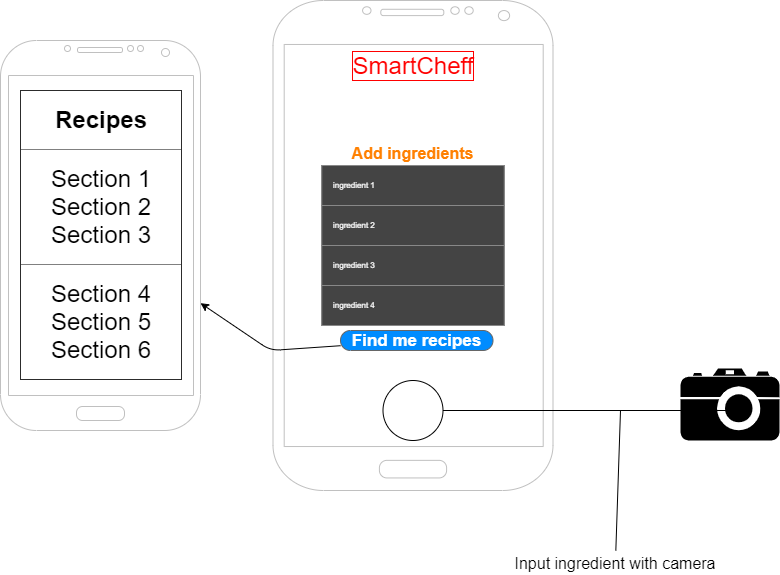
Before: docs/img/wireframe.png, a diagram exported from draw.io (shayan-golafshani/smart-cheff). Source tidied: cells renumbered, new cells last; positions are measured from the earlier drawing's top-left corner, leaving out a move shared by most shapes.
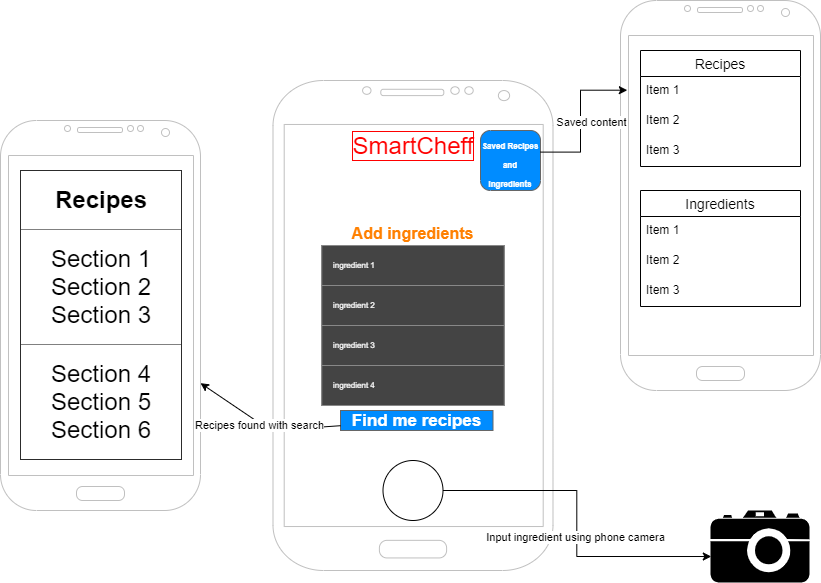
The same diagram one commit later.

Change to the diagram source:
```diff
@@ -11,11 +11,12 @@
     <mxCell id="4" value="&lt;font color=&quot;#ff8000&quot; size=&quot;1&quot;&gt;&lt;b style=&quot;font-size: 16px&quot;&gt;Add ingredients&lt;/b&gt;&lt;/font&gt;" style="text;html=1;strokeColor=none;fillColor=none;align=center;verticalAlign=middle;whiteSpace=wrap;rounded=0;labelBackgroundColor=none;fontSize=24;" parent="1" vertex="1">
       <mxGeometry x="325" y="140" width="175" height="20" as="geometry" />
     </mxCell>
-    <mxCell id="5" style="edgeStyle=orthogonalEdgeStyle;rounded=0;jettySize=auto;html=1;exitX=1;exitY=0.5;exitDx=0;exitDy=0;fontSize=24;" parent="1" edge="1" source="6">
-      <mxGeometry relative="1" as="geometry">
-        <mxPoint x="740" y="410" as="targetPoint" />
-      </mxGeometry>
+    <mxCell id="5" style="edgeStyle=orthogonalEdgeStyle;rounded=0;jettySize=auto;html=1;exitX=1;exitY=0.5;exitDx=0;exitDy=0;fontSize=24;entryX=0.008;entryY=0.639;entryDx=0;entryDy=0;entryPerimeter=0;" parent="1" edge="1" source="6" target="13">
+      <mxGeometry relative="1" as="geometry" />
     </mxCell>
+    <mxCell id="19" value="Input ingredient using phone camera" style="edgeLabel;html=1;align=center;verticalAlign=middle;" parent="5" vertex="1">
+      <mxGeometry x="0.08" y="-2" relative="1" as="geometry" />
+    </mxCell>
     <mxCell id="6" style="ellipse;whiteSpace=wrap;html=1;labelBackgroundColor=none;fontSize=24;" parent="1" vertex="1">
       <mxGeometry x="382.5" y="380" width="60" height="60" as="geometry" />
     </mxCell>
@@ -38,16 +39,8 @@
       <mxGeometry x="340" y="330" width="152.5" height="20" as="geometry" />
     </mxCell>
     <mxCell id="13" style="shape=mxgraph.signs.tech.camera_2;html=1;fillColor=#000000;strokeColor=none;verticalLabelPosition=bottom;verticalAlign=top;align=center;labelBackgroundColor=none;fontSize=24;" parent="1" vertex="1">
-      <mxGeometry x="680" y="368" width="99" height="72" as="geometry" />
+      <mxGeometry x="710" y="430" width="99" height="72" as="geometry" />
     </mxCell>
-    <mxCell id="14" value="&lt;font style=&quot;font-size: 16px&quot;&gt;Input ingredient with camera&lt;/font&gt;" style="text;html=1;strokeColor=none;fillColor=none;align=center;verticalAlign=middle;whiteSpace=wrap;rounded=0;labelBackgroundColor=none;fontSize=24;" parent="1" vertex="1">
-      <mxGeometry x="510" y="550" width="210" height="20" as="geometry" />
-    </mxCell>
-    <mxCell id="15" style="endArrow=none;html=1;fontSize=24;" parent="1" edge="1" target="14">
-      <mxGeometry relative="1" as="geometry">
-        <mxPoint x="620" y="410" as="sourcePoint" />
-      </mxGeometry>
-    </mxCell>
     <mxCell id="16" style="verticalLabelPosition=bottom;verticalAlign=top;html=1;shadow=0;dashed=0;strokeWidth=1;shape=mxgraph.android.phone2;strokeColor=#c0c0c0;labelBackgroundColor=none;fontSize=24;fontColor=#000000;" parent="1" vertex="1">
       <mxGeometry y="40" width="200" height="390" as="geometry" />
     </mxCell>
@@ -58,8 +51,54 @@
         </Array>
       </mxGeometry>
     </mxCell>
+    <mxCell id="20" value="Recipes found with search" style="edgeLabel;html=1;align=center;verticalAlign=middle;" parent="17" vertex="1">
+      <mxGeometry x="-0.09" y="-13" relative="1" as="geometry">
+        <mxPoint x="-19" y="5" as="offset" />
+      </mxGeometry>
+    </mxCell>
     <mxCell id="18" value="&lt;table border=&quot;1&quot; width=&quot;100%&quot; cellpadding=&quot;4&quot; style=&quot;width: 100% ; height: 100% ; border-collapse: collapse&quot;&gt;&lt;tbody&gt;&lt;tr&gt;&lt;th align=&quot;center&quot;&gt;&lt;b&gt;Recipes&lt;/b&gt;&lt;/th&gt;&lt;/tr&gt;&lt;tr&gt;&lt;td align=&quot;center&quot;&gt;Section 1&lt;br&gt;Section 2&lt;br&gt;Section 3&lt;/td&gt;&lt;/tr&gt;&lt;tr&gt;&lt;td align=&quot;center&quot;&gt;Section 4&lt;br&gt;Section 5&lt;br&gt;Section 6&lt;/td&gt;&lt;/tr&gt;&lt;/tbody&gt;&lt;/table&gt;" style="text;html=1;strokeColor=none;fillColor=none;overflow=fill;labelBackgroundColor=none;fontSize=24;fontColor=#000000;opacity=0;" parent="1" vertex="1">
       <mxGeometry x="20" y="90" width="160" height="290" as="geometry" />
     </mxCell>
+    <mxCell id="21" style="verticalLabelPosition=bottom;verticalAlign=top;html=1;shadow=0;dashed=0;strokeWidth=1;shape=mxgraph.android.phone2;strokeColor=#c0c0c0;" parent="1" vertex="1">
+      <mxGeometry x="620" y="-80" width="200" height="390" as="geometry" />
+    </mxCell>
+    <mxCell id="22" style="strokeWidth=1;shadow=0;dashed=0;align=center;html=1;shape=mxgraph.mockup.buttons.multiButton;fillColor=#008cff;strokeColor=#666666;mainText=;subText=;" parent="1" vertex="1">
+      <mxGeometry x="480" y="50" width="60" height="60" as="geometry" />
+    </mxCell>
+    <mxCell id="23" value="&lt;span style=&quot;font-size: 8px&quot;&gt;&lt;br&gt;Saved Recipes and ingredients&lt;/span&gt;" style="strokeWidth=1;shadow=0;dashed=0;align=center;html=1;shape=mxgraph.mockup.anchor;fontSize=16;fontColor=#ffffff;fontStyle=1;whiteSpace=wrap;" parent="22" vertex="1">
+      <mxGeometry y="9.6" width="60" height="24" as="geometry" />
+    </mxCell>
+    <mxCell id="24" style="edgeStyle=orthogonalEdgeStyle;rounded=0;jettySize=auto;html=1;entryX=0.034;entryY=0.23;entryDx=0;entryDy=0;entryPerimeter=0;" parent="1" edge="1" source="23" target="21">
+      <mxGeometry relative="1" as="geometry" />
+    </mxCell>
+    <mxCell id="25" value="Saved content" style="edgeLabel;html=1;align=center;verticalAlign=middle;" parent="24" vertex="1">
+      <mxGeometry x="-0.49" y="7" relative="1" as="geometry">
+        <mxPoint x="12" y="-23.6" as="offset" />
+      </mxGeometry>
+    </mxCell>
+    <mxCell id="26" value="Recipes" style="swimlane;fontStyle=0;horizontal=1;startSize=26;align=center;fontSize=14;" parent="1" vertex="1">
+      <mxGeometry x="640" y="-30" width="160" height="116" as="geometry" />
+    </mxCell>
+    <mxCell id="27" value="Item 1" style="text;strokeColor=none;fillColor=none;spacingLeft=4;spacingRight=4;overflow=hidden;fontSize=12;" parent="26" vertex="1">
+      <mxGeometry y="26" width="160" height="30" as="geometry" />
+    </mxCell>
+    <mxCell id="28" value="Item 2" style="text;strokeColor=none;fillColor=none;spacingLeft=4;spacingRight=4;overflow=hidden;fontSize=12;" parent="26" vertex="1">
+      <mxGeometry y="56" width="160" height="30" as="geometry" />
+    </mxCell>
+    <mxCell id="29" value="Item 3" style="text;strokeColor=none;fillColor=none;spacingLeft=4;spacingRight=4;overflow=hidden;fontSize=12;" parent="26" vertex="1">
+      <mxGeometry y="86" width="160" height="30" as="geometry" />
+    </mxCell>
+    <mxCell id="30" value="Ingredients" style="swimlane;fontStyle=0;horizontal=1;startSize=26;align=center;fontSize=14;" parent="1" vertex="1">
+      <mxGeometry x="640" y="110" width="160" height="116" as="geometry" />
+    </mxCell>
+    <mxCell id="31" value="Item 1" style="text;strokeColor=none;fillColor=none;spacingLeft=4;spacingRight=4;overflow=hidden;fontSize=12;" parent="30" vertex="1">
+      <mxGeometry y="26" width="160" height="30" as="geometry" />
+    </mxCell>
+    <mxCell id="32" value="Item 2" style="text;strokeColor=none;fillColor=none;spacingLeft=4;spacingRight=4;overflow=hidden;fontSize=12;" parent="30" vertex="1">
+      <mxGeometry y="56" width="160" height="30" as="geometry" />
+    </mxCell>
+    <mxCell id="33" value="Item 3" style="text;strokeColor=none;fillColor=none;spacingLeft=4;spacingRight=4;overflow=hidden;fontSize=12;" parent="30" vertex="1">
+      <mxGeometry y="86" width="160" height="30" as="geometry" />
+    </mxCell>
   </root>
 </mxGraphModel>
```
